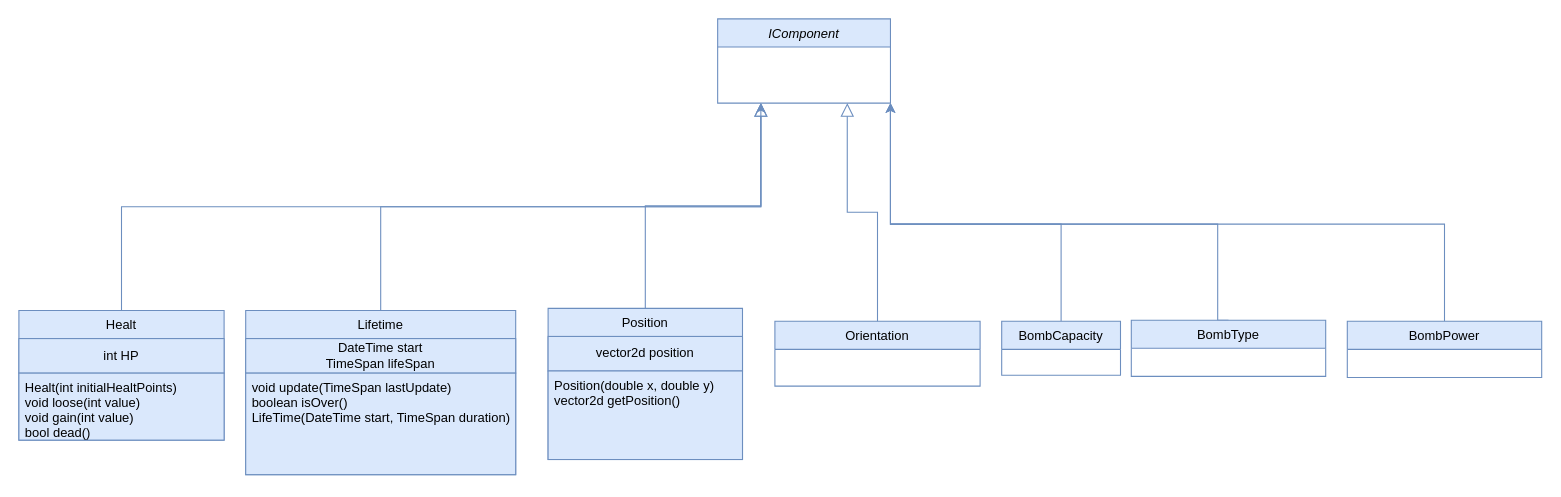
Kragoum/BomberKnight keeps this draw.io diagram as page "Components" (2 of 4) of UMLGeneralFramework.drawio. Above is the earlier version. Source tidied: cells renumbered, new cells numbered last; positions are measured from the earlier drawing's top-left corner, leaving out a move shared by most shapes. Both pictures are drawn from the tidied source at 108%, with x=0, y=0 at pixel (18, 18).
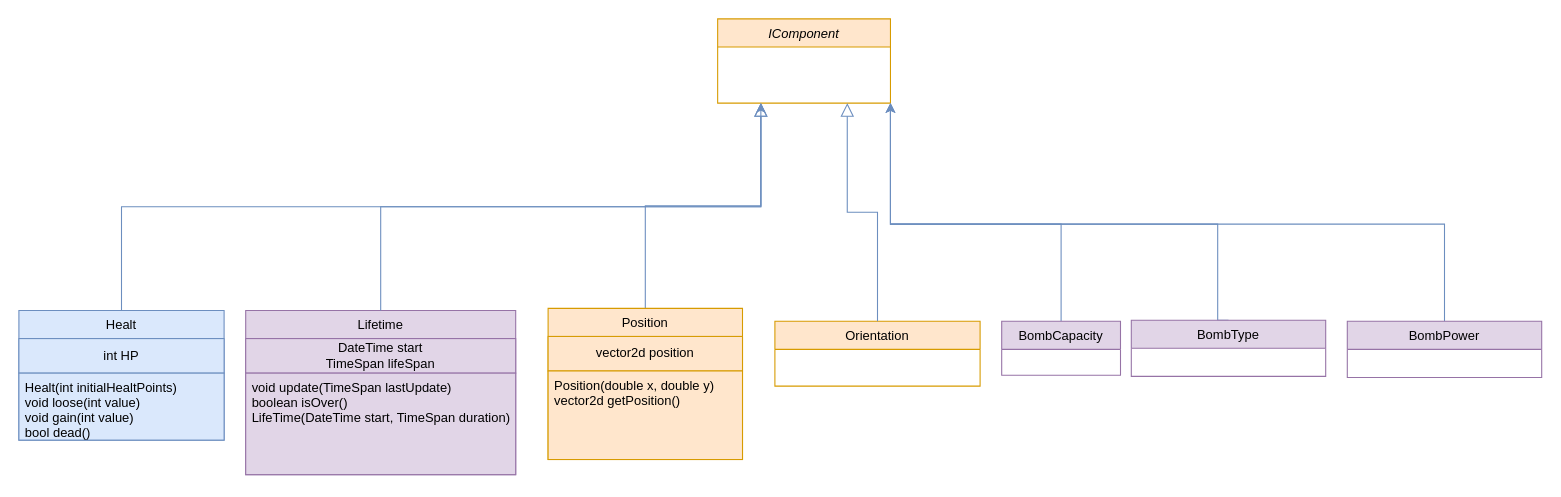
Above is the later version.

The edit, as a diff of the source:
```diff
@@
-    <mxCell id="2" value="IComponent" style="swimlane;fontStyle=2;align=center;verticalAlign=top;horizontal=1;startSize=26;rounded=0;shadow=0;strokeWidth=1;fillColor=#dae8fc;strokeColor=#6c8ebf;" parent="1" vertex="1">
+    <mxCell id="2" value="IComponent" style="swimlane;fontStyle=2;align=center;verticalAlign=top;horizontal=1;startSize=26;rounded=0;shadow=0;strokeWidth=1;fillColor=#ffe6cc;strokeColor=#d79b00;" parent="1" vertex="1">
       <mxGeometry x="647" width="160" height="78" as="geometry" />
     </mxCell>
@@
-    <mxCell id="7" value="Lifetime" style="swimlane;fontStyle=0;align=center;verticalAlign=top;horizontal=1;startSize=26;rounded=0;shadow=0;strokeWidth=1;fillColor=#dae8fc;strokeColor=#6c8ebf;" parent="1" vertex="1">
+    <mxCell id="7" value="Lifetime" style="swimlane;fontStyle=0;align=center;verticalAlign=top;horizontal=1;startSize=26;rounded=0;shadow=0;strokeWidth=1;fillColor=#e1d5e7;strokeColor=#9673a6;" parent="1" vertex="1">
       <mxGeometry x="210" y="270" width="250" height="152" as="geometry" />
     </mxCell>
-    <mxCell id="8" value="DateTime start&lt;br&gt;TimeSpan lifeSpan" style="rounded=0;whiteSpace=wrap;html=1;fillColor=#dae8fc;strokeColor=#6c8ebf;" parent="7" vertex="1">
+    <mxCell id="8" value="DateTime start&lt;br&gt;TimeSpan lifeSpan" style="rounded=0;whiteSpace=wrap;html=1;fillColor=#e1d5e7;strokeColor=#9673a6;" parent="7" vertex="1">
       <mxGeometry y="26" width="250" height="32" as="geometry" />
     </mxCell>
-    <mxCell id="9" value="void update(TimeSpan lastUpdate)&#10;boolean isOver()&#10;LifeTime(DateTime start, TimeSpan duration)" style="text;align=left;verticalAlign=top;spacingLeft=4;spacingRight=4;overflow=hidden;fillColor=#dae8fc;strokeColor=#6c8ebf;" parent="7" vertex="1">
+    <mxCell id="9" value="void update(TimeSpan lastUpdate)&#10;boolean isOver()&#10;LifeTime(DateTime start, TimeSpan duration)" style="text;align=left;verticalAlign=top;spacingLeft=4;spacingRight=4;overflow=hidden;fillColor=#e1d5e7;strokeColor=#9673a6;" parent="7" vertex="1">
       <mxGeometry y="58" width="250" height="94" as="geometry" />
     </mxCell>
@@
-    <mxCell id="12" value="Position" style="swimlane;fontStyle=0;align=center;verticalAlign=top;horizontal=1;startSize=26;rounded=0;shadow=0;strokeWidth=1;fillColor=#dae8fc;strokeColor=#6c8ebf;" parent="1" vertex="1">
+    <mxCell id="12" value="Position" style="swimlane;fontStyle=0;align=center;verticalAlign=top;horizontal=1;startSize=26;rounded=0;shadow=0;strokeWidth=1;fillColor=#ffe6cc;strokeColor=#d79b00;" parent="1" vertex="1">
       <mxGeometry x="490" y="268" width="180" height="140" as="geometry" />
     </mxCell>
-    <mxCell id="13" value="&lt;span style=&quot;text-align: left;&quot;&gt;vector2d position&lt;br&gt;&lt;/span&gt;" style="rounded=0;whiteSpace=wrap;html=1;fillColor=#dae8fc;strokeColor=#6c8ebf;" parent="12" vertex="1">
+    <mxCell id="13" value="&lt;span style=&quot;text-align: left;&quot;&gt;vector2d position&lt;br&gt;&lt;/span&gt;" style="rounded=0;whiteSpace=wrap;html=1;fillColor=#ffe6cc;strokeColor=#d79b00;" parent="12" vertex="1">
       <mxGeometry y="26" width="180" height="32" as="geometry" />
     </mxCell>
-    <mxCell id="14" value="Position(double x, double y)&#10;vector2d getPosition()&#10;" style="text;align=left;verticalAlign=top;spacingLeft=4;spacingRight=4;overflow=hidden;fillColor=#dae8fc;strokeColor=#6c8ebf;" parent="12" vertex="1">
+    <mxCell id="14" value="Position(double x, double y)&#10;vector2d getPosition()&#10;" style="text;align=left;verticalAlign=top;spacingLeft=4;spacingRight=4;overflow=hidden;fillColor=#ffe6cc;strokeColor=#d79b00;" parent="12" vertex="1">
       <mxGeometry y="58" width="180" height="82" as="geometry" />
     </mxCell>
-    <mxCell id="15" value="Orientation" style="swimlane;fontStyle=0;align=center;verticalAlign=top;horizontal=1;startSize=26;rounded=0;shadow=0;strokeWidth=1;fillColor=#dae8fc;strokeColor=#6c8ebf;" parent="1" vertex="1">
+    <mxCell id="15" value="Orientation" style="swimlane;fontStyle=0;align=center;verticalAlign=top;horizontal=1;startSize=26;rounded=0;shadow=0;strokeWidth=1;fillColor=#ffe6cc;strokeColor=#d79b00;" parent="1" vertex="1">
       <mxGeometry x="700" y="280" width="190" height="60" as="geometry" />
     </mxCell>
@@
-    <mxCell id="18" value="BombCapacity" style="swimlane;fontStyle=0;align=center;verticalAlign=top;horizontal=1;startSize=26;rounded=0;shadow=0;strokeWidth=1;fillColor=#dae8fc;strokeColor=#6c8ebf;" parent="1" vertex="1">
+    <mxCell id="18" value="BombCapacity" style="swimlane;fontStyle=0;align=center;verticalAlign=top;horizontal=1;startSize=26;rounded=0;shadow=0;strokeWidth=1;fillColor=#e1d5e7;strokeColor=#9673a6;" parent="1" vertex="1">
       <mxGeometry x="910" y="280" width="110" height="50" as="geometry" />
     </mxCell>
@@
-    <mxCell id="20" value="BombType" style="swimlane;fontStyle=0;align=center;verticalAlign=top;horizontal=1;startSize=26;rounded=0;shadow=0;strokeWidth=1;fillColor=#dae8fc;strokeColor=#6c8ebf;" parent="1" vertex="1">
+    <mxCell id="20" value="BombType" style="swimlane;fontStyle=0;align=center;verticalAlign=top;horizontal=1;startSize=26;rounded=0;shadow=0;strokeWidth=1;fillColor=#e1d5e7;strokeColor=#9673a6;" parent="1" vertex="1">
       <mxGeometry x="1030" y="279" width="180" height="52" as="geometry" />
     </mxCell>
@@
-    <mxCell id="22" value="BombPower" style="swimlane;fontStyle=0;align=center;verticalAlign=top;horizontal=1;startSize=26;rounded=0;shadow=0;strokeWidth=1;fillColor=#dae8fc;strokeColor=#6c8ebf;" parent="1" vertex="1">
+    <mxCell id="22" value="BombPower" style="swimlane;fontStyle=0;align=center;verticalAlign=top;horizontal=1;startSize=26;rounded=0;shadow=0;strokeWidth=1;fillColor=#e1d5e7;strokeColor=#9673a6;" parent="1" vertex="1">
       <mxGeometry x="1230" y="280" width="180" height="52" as="geometry" />
     </mxCell>
```
